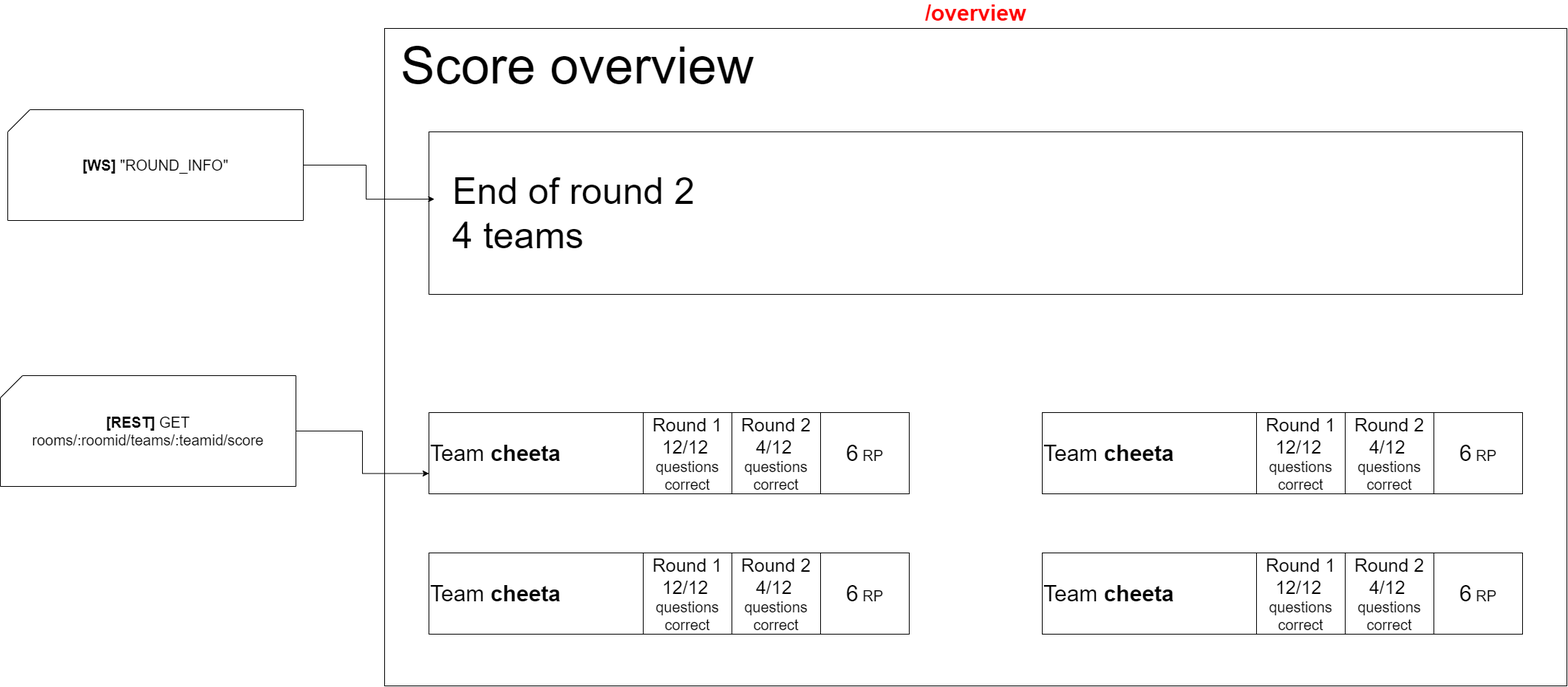
Earlier version of the draw.io export docs/wireframes-with-interactions/scoreboard-overview.png (IkBenDeSjaak/Quizzer). Source tidied: cells renumbered, new cells last; positions are measured from the earlier drawing's top-left corner, leaving out a move shared by most shapes.
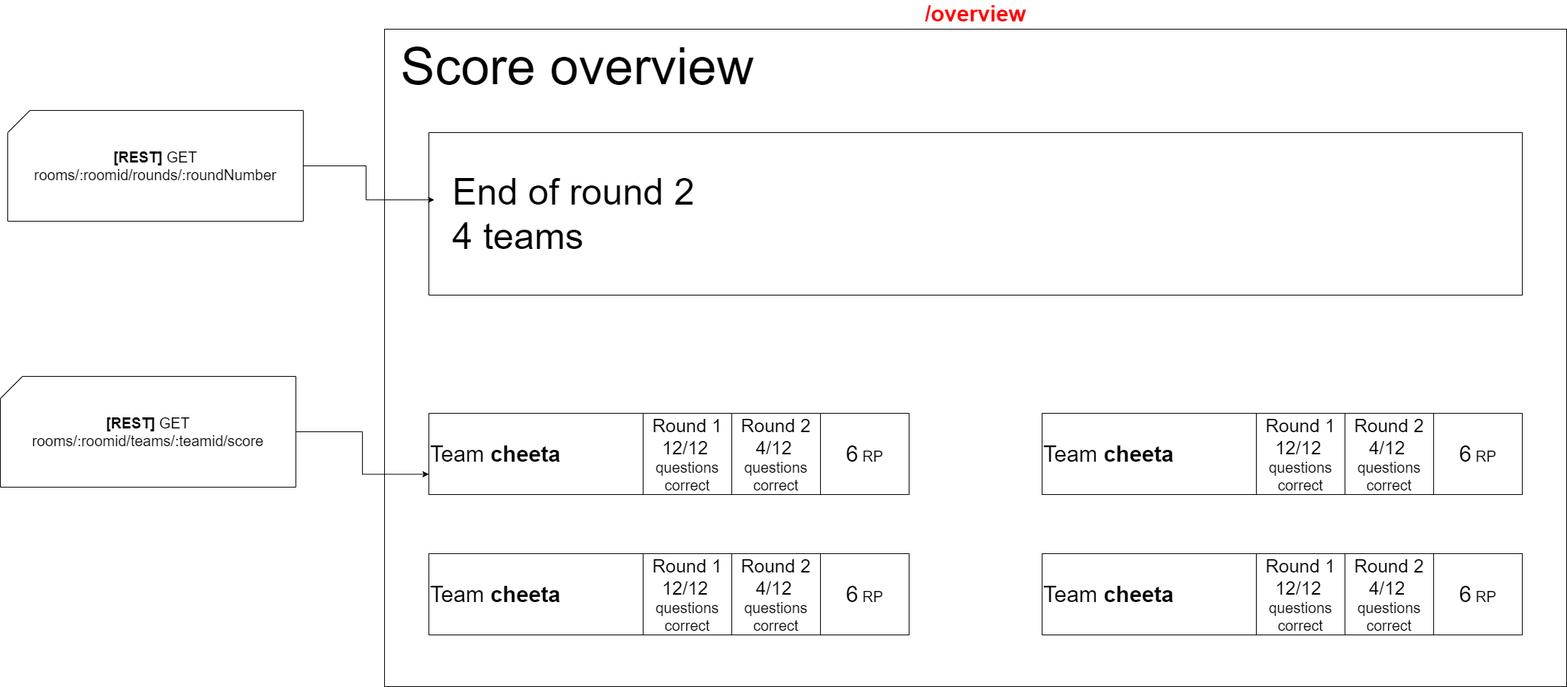
The same diagram one commit later.

Commit message:
Update WS round_info to REST-api request

Diff of the diagram source:
```diff
@@ -71,7 +71,7 @@
     <mxCell id="24" style="edgeStyle=orthogonalEdgeStyle;rounded=0;jettySize=auto;html=1;entryX=0.005;entryY=0.414;entryDx=0;entryDy=0;entryPerimeter=0;fontSize=20;" parent="1" edge="1" source="25" target="7">
       <mxGeometry relative="1" as="geometry" />
     </mxCell>
-    <mxCell id="25" value="&lt;b&gt;[WS]&lt;/b&gt; &quot;ROUND_INFO&quot;" style="shape=card;whiteSpace=wrap;html=1;fontSize=20;" parent="1" vertex="1">
+    <mxCell id="25" value="&lt;b&gt;[REST]&lt;/b&gt;&amp;nbsp;GET&lt;br style=&quot;font-size: 12px&quot;&gt;rooms/:roomid/rounds/:roundNumber" style="shape=card;whiteSpace=wrap;html=1;fontSize=20;" parent="1" vertex="1">
       <mxGeometry x="10" y="110" width="400" height="150" as="geometry" />
     </mxCell>
   </root>
```
